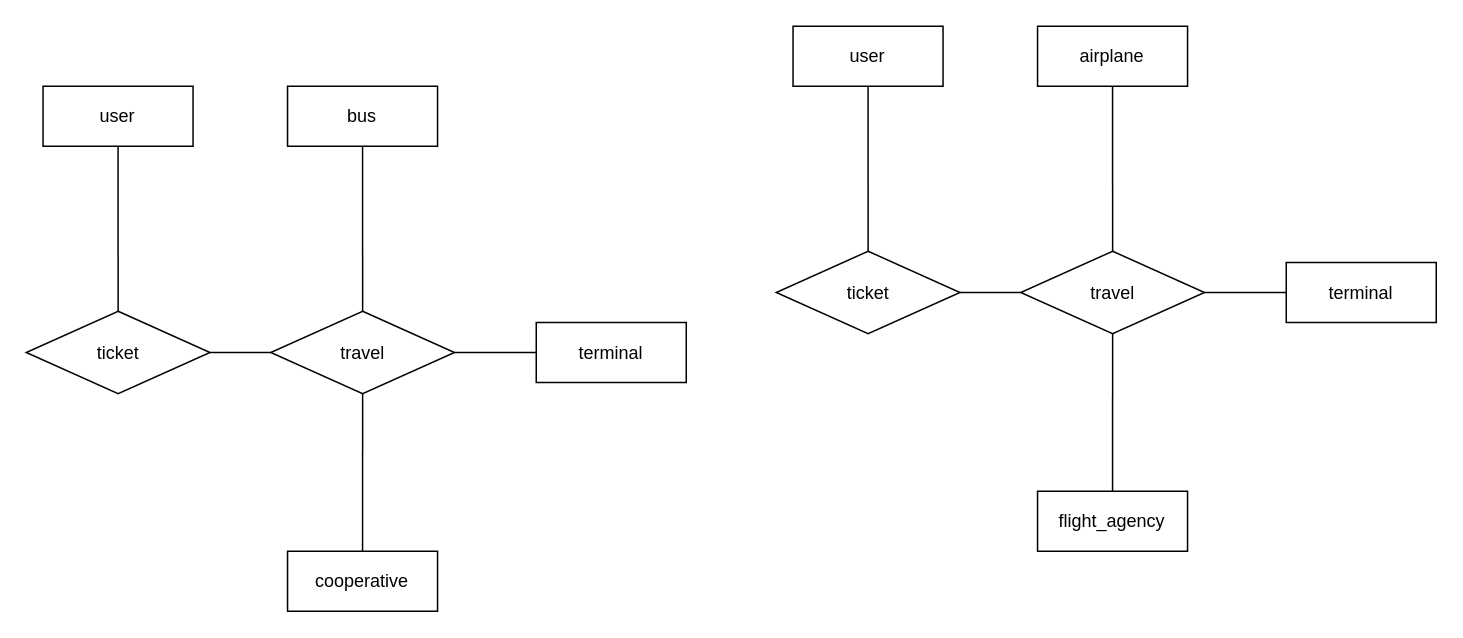
This is page "bus_subsystem" (1 of 3) of diagram.drawio from MMDs-team/babali, a draw.io file, before an edit. Source tidied: cells renumbered, new cells numbered last; positions are measured from the earlier drawing's top-left corner, leaving out a move shared by most shapes. Both pictures are drawn from the tidied source at 150%, with x=0, y=0 at pixel (26, 26).
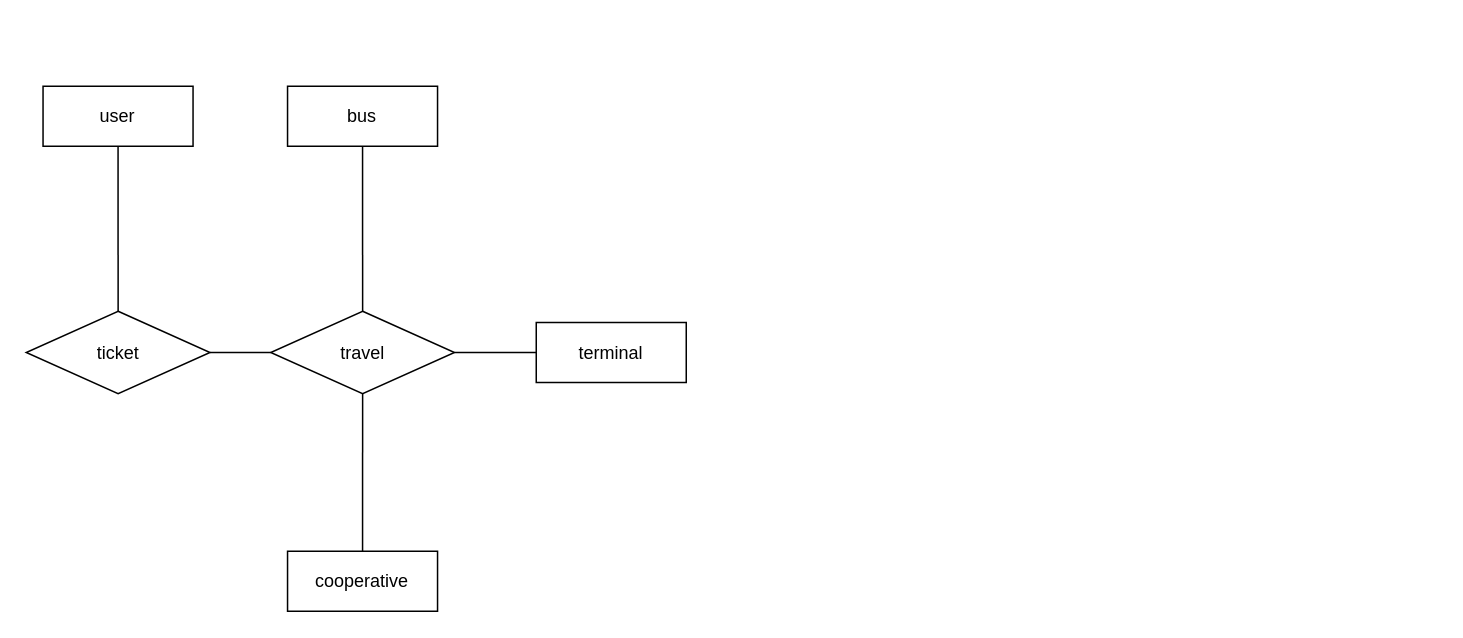
The same page after the edit.

The edit, as a diff of the source:
```diff
@@
-    <mxCell id="13" value="airplane" style="whiteSpace=wrap;html=1;align=center;" parent="1" vertex="1">
-      <mxGeometry x="674.2" width="100" height="40" as="geometry" />
-    </mxCell>
-    <mxCell id="14" value="terminal" style="whiteSpace=wrap;html=1;align=center;" parent="1" vertex="1">
-      <mxGeometry x="840" y="157.5" width="100" height="40" as="geometry" />
-    </mxCell>
-    <mxCell id="15" value="flight_agency" style="whiteSpace=wrap;html=1;align=center;" parent="1" vertex="1">
-      <mxGeometry x="674.2" y="310" width="100" height="40" as="geometry" />
-    </mxCell>
-    <mxCell id="16" value="user" style="whiteSpace=wrap;html=1;align=center;" parent="1" vertex="1">
-      <mxGeometry x="511.2" width="100" height="40" as="geometry" />
-    </mxCell>
-    <mxCell id="17" style="rounded=0;jettySize=auto;html=1;exitX=0.5;exitY=0;exitDx=0;exitDy=0;entryX=0.5;entryY=1;entryDx=0;entryDy=0;endArrow=none;endFill=0;" parent="1" edge="1" source="19" target="16">
-      <mxGeometry relative="1" as="geometry" />
-    </mxCell>
-    <mxCell id="18" style="edgeStyle=none;rounded=0;jettySize=auto;html=1;exitX=1;exitY=0.5;exitDx=0;exitDy=0;entryX=0;entryY=0.5;entryDx=0;entryDy=0;strokeColor=default;align=center;verticalAlign=middle;fontFamily=Helvetica;fontSize=11;fontColor=default;labelBackgroundColor=default;endArrow=none;endFill=0;" parent="1" edge="1" source="19" target="23">
-      <mxGeometry relative="1" as="geometry" />
-    </mxCell>
-    <mxCell id="19" value="ticket" style="shape=rhombus;perimeter=rhombusPerimeter;whiteSpace=wrap;html=1;align=center;" parent="1" vertex="1">
-      <mxGeometry x="500" y="150" width="122.5" height="55" as="geometry" />
-    </mxCell>
-    <mxCell id="20" style="edgeStyle=none;rounded=0;jettySize=auto;html=1;exitX=0.5;exitY=0;exitDx=0;exitDy=0;entryX=0.5;entryY=1;entryDx=0;entryDy=0;strokeColor=default;align=center;verticalAlign=middle;fontFamily=Helvetica;fontSize=11;fontColor=default;labelBackgroundColor=default;endArrow=none;endFill=0;" parent="1" edge="1" source="23" target="13">
-      <mxGeometry relative="1" as="geometry" />
-    </mxCell>
-    <mxCell id="21" style="edgeStyle=none;rounded=0;jettySize=auto;html=1;exitX=1;exitY=0.5;exitDx=0;exitDy=0;entryX=0;entryY=0.5;entryDx=0;entryDy=0;strokeColor=default;align=center;verticalAlign=middle;fontFamily=Helvetica;fontSize=11;fontColor=default;labelBackgroundColor=default;endArrow=none;endFill=0;" parent="1" edge="1" source="23" target="14">
-      <mxGeometry relative="1" as="geometry" />
-    </mxCell>
-    <mxCell id="22" style="edgeStyle=none;rounded=0;jettySize=auto;html=1;exitX=0.5;exitY=1;exitDx=0;exitDy=0;entryX=0.5;entryY=0;entryDx=0;entryDy=0;strokeColor=default;align=center;verticalAlign=middle;fontFamily=Helvetica;fontSize=11;fontColor=default;labelBackgroundColor=default;endArrow=none;endFill=0;" parent="1" edge="1" source="23" target="15">
-      <mxGeometry relative="1" as="geometry" />
-    </mxCell>
-    <mxCell id="23" value="travel" style="shape=rhombus;perimeter=rhombusPerimeter;whiteSpace=wrap;html=1;align=center;" parent="1" vertex="1">
-      <mxGeometry x="663" y="150" width="122.5" height="55" as="geometry" />
-    </mxCell>
```
